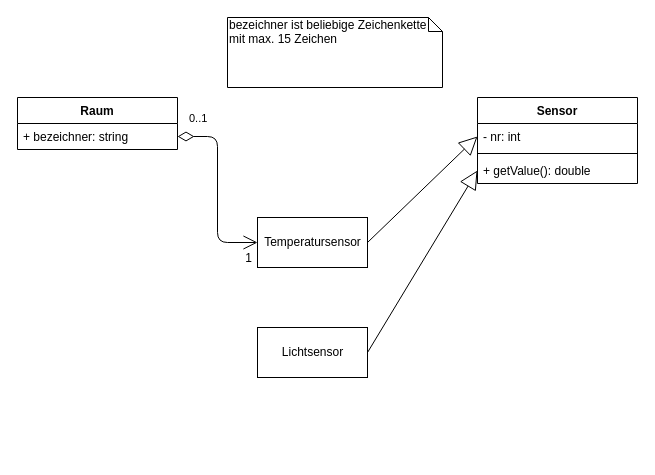
Earlier version of the draw.io diagram Anforderungen/Fachklassen/BeispielFachklassen.drawio (FHWestkuesteSWE/projektgebaeude-juicy-errors). Source tidied: cells renumbered, new cells numbered last; positions are measured from the earlier drawing's top-left corner, leaving out a move shared by most shapes. Both pictures are drawn from the tidied source at 100%, with x=0, y=0 at pixel (17, 17).
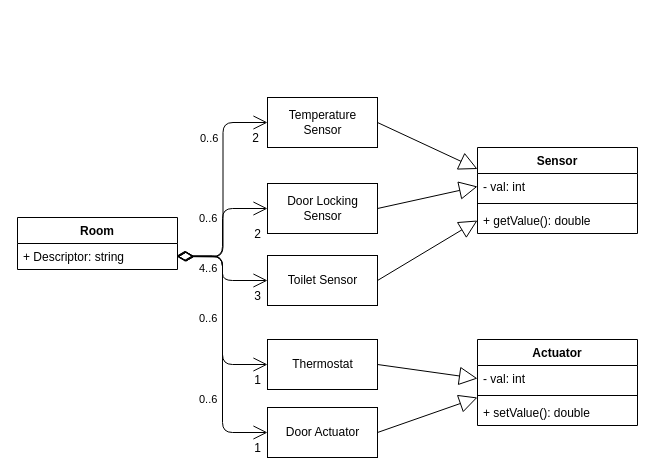
The same page after the edit.

Commit message (it also covers changes not shown here):
Edited UML diagram

What changed in the source:
```diff
@@
-    <mxCell id="2" value="Raum" style="swimlane;fontStyle=1;align=center;verticalAlign=top;horizontal=1;startSize=26;" parent="1" vertex="1">
-      <mxGeometry y="80" width="160" height="52" as="geometry" />
-    </mxCell>
-    <mxCell id="3" value="+ bezeichner: string" style="text;strokeColor=none;fillColor=none;align=left;verticalAlign=top;spacingLeft=4;spacingRight=4;overflow=hidden;points=[[0,0.5],[1,0.5]];portConstraint=eastwest;" parent="2" vertex="1">
-      <mxGeometry y="26" width="160" height="26" as="geometry" />
-    </mxCell>
-    <mxCell id="4" value="Temperatursensor" style="html=1;" parent="1" vertex="1">
-      <mxGeometry x="240" y="200" width="110" height="50" as="geometry" />
+    <mxCell id="4" value="Temperature&lt;br&gt;Sensor" style="html=1;" parent="1" vertex="1">
+      <mxGeometry x="250" y="80" width="110" height="50" as="geometry" />
     </mxCell>
-    <mxCell id="5" value="Sensor" style="swimlane;fontStyle=1;align=center;verticalAlign=top;horizontal=1;startSize=26;" parent="1" vertex="1">
-      <mxGeometry x="460" y="80" width="160" height="86" as="geometry" />
-    </mxCell>
-    <mxCell id="6" value="- nr: int" style="text;strokeColor=none;fillColor=none;align=left;verticalAlign=top;spacingLeft=4;spacingRight=4;overflow=hidden;points=[[0,0.5],[1,0.5]];portConstraint=eastwest;" parent="5" vertex="1">
-      <mxGeometry y="26" width="160" height="26" as="geometry" />
-    </mxCell>
-    <mxCell id="7" style="line;strokeWidth=1;fillColor=none;align=left;verticalAlign=middle;spacingTop=-1;spacingLeft=3;spacingRight=3;labelPosition=right;" parent="5" vertex="1">
-      <mxGeometry y="52" width="160" height="8" as="geometry" />
-    </mxCell>
-    <mxCell id="8" value="+ getValue(): double" style="text;strokeColor=none;fillColor=none;align=left;verticalAlign=top;spacingLeft=4;spacingRight=4;overflow=hidden;points=[[0,0.5],[1,0.5]];portConstraint=eastwest;" parent="5" vertex="1">
-      <mxGeometry y="60" width="160" height="26" as="geometry" />
-    </mxCell>
-    <mxCell id="9" value="Lichtsensor" style="html=1;" parent="1" vertex="1">
-      <mxGeometry x="240" y="310" width="110" height="50" as="geometry" />
+    <mxCell id="9" value="Door Locking&lt;br&gt;Sensor" style="html=1;" parent="1" vertex="1">
+      <mxGeometry x="250" y="166" width="110" height="50" as="geometry" />
     </mxCell>
-    <mxCell id="10" value="0..1" style="endArrow=open;html=1;endSize=12;startArrow=diamondThin;startSize=14;startFill=0;edgeStyle=orthogonalEdgeStyle;align=left;verticalAlign=bottom;exitX=1;exitY=0.5;exitDx=0;exitDy=0;entryX=0;entryY=0.5;entryDx=0;entryDy=0;" parent="1" edge="1" source="3" target="4">
-      <mxGeometry x="-0.89" y="9" relative="1" as="geometry" />
+    <mxCell id="10" value="0..6" style="endArrow=open;html=1;endSize=12;startArrow=diamondThin;startSize=14;startFill=0;edgeStyle=orthogonalEdgeStyle;align=left;verticalAlign=bottom;entryX=0;entryY=0.5;entryDx=0;entryDy=0;" parent="1" edge="1" target="4">
+      <mxGeometry x="0.38" y="25" relative="1" as="geometry">
+        <mxPoint x="160" y="239" as="sourcePoint" />
+      </mxGeometry>
     </mxCell>
-    <mxCell id="11" value="1" style="text;html=1;align=center;verticalAlign=middle;labelBackgroundColor=#ffffff;" parent="10" vertex="1">
+    <mxCell id="11" value="2" style="text;html=1;align=center;verticalAlign=middle;labelBackgroundColor=#ffffff;" parent="10" vertex="1">
       <mxGeometry x="0.9" y="-3" relative="1" as="geometry">
         <mxPoint x="-1" y="12" as="offset" />
       </mxGeometry>
     </mxCell>
-    <mxCell id="12" style="endArrow=block;endSize=16;endFill=0;html=1;entryX=0;entryY=0.5;entryDx=0;entryDy=0;exitX=1;exitY=0.5;exitDx=0;exitDy=0;" parent="1" edge="1" source="4" target="6">
+    <mxCell id="12" style="endArrow=block;endSize=16;endFill=0;html=1;entryX=0;entryY=0.25;entryDx=0;entryDy=0;exitX=1;exitY=0.5;exitDx=0;exitDy=0;" parent="1" edge="1" source="4" target="5">
       <mxGeometry x="0.06" y="-8" relative="1" as="geometry" />
     </mxCell>
-    <mxCell id="13" style="endArrow=block;endSize=16;endFill=0;html=1;entryX=0;entryY=0.5;entryDx=0;entryDy=0;exitX=1;exitY=0.5;exitDx=0;exitDy=0;" parent="1" edge="1" source="9" target="8">
+    <mxCell id="13" style="endArrow=block;endSize=16;endFill=0;html=1;entryX=0;entryY=0.5;entryDx=0;entryDy=0;exitX=1;exitY=0.5;exitDx=0;exitDy=0;" parent="1" edge="1" source="9" target="6">
       <mxGeometry x="0.06" y="-8" relative="1" as="geometry" />
     </mxCell>
-    <mxCell id="14" value="bezeichner ist beliebige Zeichenkette mit max. 15 Zeichen" style="shape=note;whiteSpace=wrap;html=1;size=14;verticalAlign=top;align=left;spacingTop=-6;" parent="1" vertex="1">
-      <mxGeometry x="210" width="215" height="70" as="geometry" />
-    </mxCell>
+    <mxCell id="15" value="Thermostat" style="html=1;" parent="1" vertex="1">
+      <mxGeometry x="250" y="322" width="110" height="50" as="geometry" />
+    </mxCell>
+    <mxCell id="16" value="Toilet Sensor" style="html=1;" parent="1" vertex="1">
+      <mxGeometry x="250" y="238" width="110" height="50" as="geometry" />
+    </mxCell>
+    <mxCell id="17" style="endArrow=block;endSize=16;endFill=0;html=1;entryX=0;entryY=0.5;entryDx=0;entryDy=0;exitX=1;exitY=0.5;exitDx=0;exitDy=0;" parent="1" edge="1" source="16" target="8">
+      <mxGeometry x="0.06" y="-8" relative="1" as="geometry" />
+    </mxCell>
+    <mxCell id="18" style="endArrow=block;endSize=16;endFill=0;html=1;entryX=0;entryY=0.5;entryDx=0;entryDy=0;exitX=1;exitY=0.5;exitDx=0;exitDy=0;" parent="1" edge="1" source="15" target="21">
+      <mxGeometry x="0.06" y="-8" relative="1" as="geometry" />
+    </mxCell>
+    <mxCell id="2" value="Room" style="swimlane;fontStyle=1;align=center;verticalAlign=top;horizontal=1;startSize=26;" parent="1" vertex="1">
+      <mxGeometry y="200" width="160" height="52" as="geometry" />
+    </mxCell>
+    <mxCell id="3" value="+ Descriptor: string" style="text;strokeColor=none;fillColor=none;align=left;verticalAlign=top;spacingLeft=4;spacingRight=4;overflow=hidden;points=[[0,0.5],[1,0.5]];portConstraint=eastwest;" parent="2" vertex="1">
+      <mxGeometry y="26" width="160" height="26" as="geometry" />
+    </mxCell>
+    <mxCell id="5" value="Sensor" style="swimlane;fontStyle=1;align=center;verticalAlign=top;horizontal=1;startSize=26;" parent="1" vertex="1">
+      <mxGeometry x="460" y="130" width="160" height="86" as="geometry" />
+    </mxCell>
+    <mxCell id="6" value="- val: int" style="text;strokeColor=none;fillColor=none;align=left;verticalAlign=top;spacingLeft=4;spacingRight=4;overflow=hidden;points=[[0,0.5],[1,0.5]];portConstraint=eastwest;" parent="5" vertex="1">
+      <mxGeometry y="26" width="160" height="26" as="geometry" />
+    </mxCell>
+    <mxCell id="7" style="line;strokeWidth=1;fillColor=none;align=left;verticalAlign=middle;spacingTop=-1;spacingLeft=3;spacingRight=3;labelPosition=right;" parent="5" vertex="1">
+      <mxGeometry y="52" width="160" height="8" as="geometry" />
+    </mxCell>
+    <mxCell id="8" value="+ getValue(): double" style="text;strokeColor=none;fillColor=none;align=left;verticalAlign=top;spacingLeft=4;spacingRight=4;overflow=hidden;points=[[0,0.5],[1,0.5]];portConstraint=eastwest;" parent="5" vertex="1">
+      <mxGeometry y="60" width="160" height="26" as="geometry" />
+    </mxCell>
+    <mxCell id="19" value="Door Actuator" style="html=1;" parent="1" vertex="1">
+      <mxGeometry x="250" y="390" width="110" height="50" as="geometry" />
+    </mxCell>
+    <mxCell id="20" value="Actuator" style="swimlane;fontStyle=1;align=center;verticalAlign=top;horizontal=1;startSize=26;" parent="1" vertex="1">
+      <mxGeometry x="460" y="322" width="160" height="86" as="geometry" />
+    </mxCell>
+    <mxCell id="21" value="- val: int" style="text;strokeColor=none;fillColor=none;align=left;verticalAlign=top;spacingLeft=4;spacingRight=4;overflow=hidden;points=[[0,0.5],[1,0.5]];portConstraint=eastwest;" parent="20" vertex="1">
+      <mxGeometry y="26" width="160" height="26" as="geometry" />
+    </mxCell>
+    <mxCell id="22" style="line;strokeWidth=1;fillColor=none;align=left;verticalAlign=middle;spacingTop=-1;spacingLeft=3;spacingRight=3;labelPosition=right;" parent="20" vertex="1">
+      <mxGeometry y="52" width="160" height="8" as="geometry" />
+    </mxCell>
+    <mxCell id="23" value="+ setValue(): double" style="text;strokeColor=none;fillColor=none;align=left;verticalAlign=top;spacingLeft=4;spacingRight=4;overflow=hidden;" parent="20" vertex="1">
+      <mxGeometry y="60" width="160" height="26" as="geometry" />
+    </mxCell>
+    <mxCell id="24" style="endArrow=block;endSize=16;endFill=0;html=1;exitX=1;exitY=0.5;exitDx=0;exitDy=0;" parent="1" edge="1" source="19">
+      <mxGeometry x="0.06" y="-8" relative="1" as="geometry">
+        <mxPoint x="460" y="380" as="targetPoint" />
+      </mxGeometry>
+    </mxCell>
+    <mxCell id="25" value="0..6" style="endArrow=open;html=1;endSize=12;startArrow=diamondThin;startSize=14;startFill=0;edgeStyle=orthogonalEdgeStyle;align=left;verticalAlign=bottom;exitX=1;exitY=0.5;exitDx=0;exitDy=0;entryX=0;entryY=0.5;entryDx=0;entryDy=0;" parent="1" edge="1" source="3" target="9">
+      <mxGeometry x="0.07" y="25" relative="1" as="geometry" />
+    </mxCell>
+    <mxCell id="26" value="2" style="text;html=1;align=center;verticalAlign=middle;labelBackgroundColor=#ffffff;" parent="25" vertex="1">
+      <mxGeometry x="0.9" y="-3" relative="1" as="geometry">
+        <mxPoint x="-3.4" y="22" as="offset" />
+      </mxGeometry>
+    </mxCell>
+    <mxCell id="27" value="4..6" style="endArrow=open;html=1;endSize=12;startArrow=diamondThin;startSize=14;startFill=0;edgeStyle=orthogonalEdgeStyle;align=left;verticalAlign=bottom;entryX=0;entryY=0.5;entryDx=0;entryDy=0;exitX=1;exitY=0.5;exitDx=0;exitDy=0;" parent="1" edge="1" source="3" target="16">
+      <mxGeometry x="0.16" y="-25" relative="1" as="geometry" />
+    </mxCell>
+    <mxCell id="28" value="3" style="text;html=1;align=center;verticalAlign=middle;labelBackgroundColor=#ffffff;" parent="27" vertex="1">
+      <mxGeometry x="0.9" y="-3" relative="1" as="geometry">
+        <mxPoint x="-4.6" y="12" as="offset" />
+      </mxGeometry>
+    </mxCell>
+    <mxCell id="29" value="0..6" style="endArrow=open;html=1;endSize=12;startArrow=diamondThin;startSize=14;startFill=0;edgeStyle=orthogonalEdgeStyle;align=left;verticalAlign=bottom;entryX=0;entryY=0.5;entryDx=0;entryDy=0;exitX=0.994;exitY=0.472;exitDx=0;exitDy=0;exitPerimeter=0;" parent="1" edge="1" source="3" target="15">
+      <mxGeometry x="0.18" y="-25" relative="1" as="geometry" />
+    </mxCell>
+    <mxCell id="30" value="1" style="text;html=1;align=center;verticalAlign=middle;labelBackgroundColor=#ffffff;" parent="29" vertex="1">
+      <mxGeometry x="0.9" y="-3" relative="1" as="geometry">
+        <mxPoint x="-1" y="12" as="offset" />
+      </mxGeometry>
+    </mxCell>
+    <mxCell id="31" value="0..6" style="endArrow=open;html=1;endSize=12;startArrow=diamondThin;startSize=14;startFill=0;edgeStyle=orthogonalEdgeStyle;align=left;verticalAlign=bottom;entryX=0;entryY=0.5;entryDx=0;entryDy=0;exitX=0.992;exitY=0.494;exitDx=0;exitDy=0;exitPerimeter=0;" parent="1" edge="1" source="3" target="19">
+      <mxGeometry x="0.48" y="-25" relative="1" as="geometry" />
+    </mxCell>
+    <mxCell id="32" value="1" style="text;html=1;align=center;verticalAlign=middle;labelBackgroundColor=#ffffff;" parent="31" vertex="1">
+      <mxGeometry x="0.9" y="-3" relative="1" as="geometry">
+        <mxPoint x="3" y="12" as="offset" />
+      </mxGeometry>
+    </mxCell>
```
